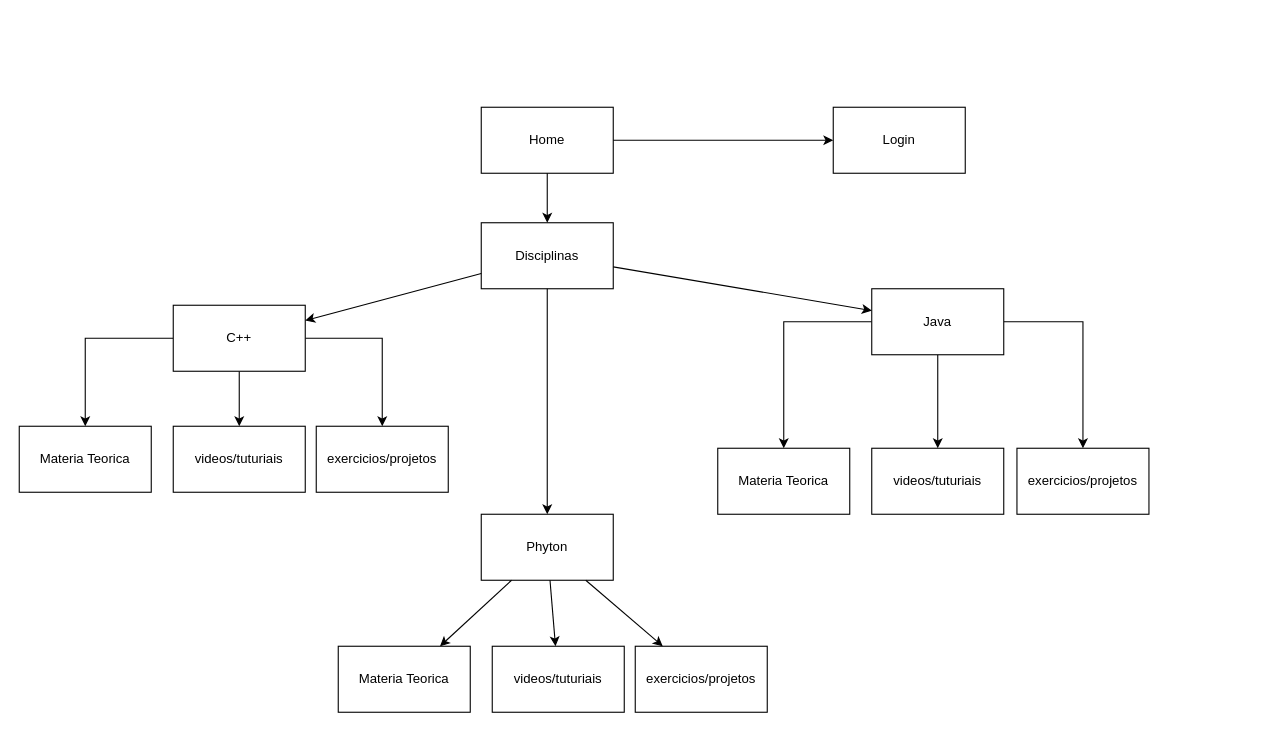
Earlier version of the draw.io diagram projeto.drawio (danymota1P/Diagrama). Source tidied: cells renumbered, new cells numbered last; positions are measured from the earlier drawing's top-left corner, leaving out a move shared by most shapes. Both pictures are drawn from the tidied source at 110%, with x=0, y=0 at pixel (19, 107).
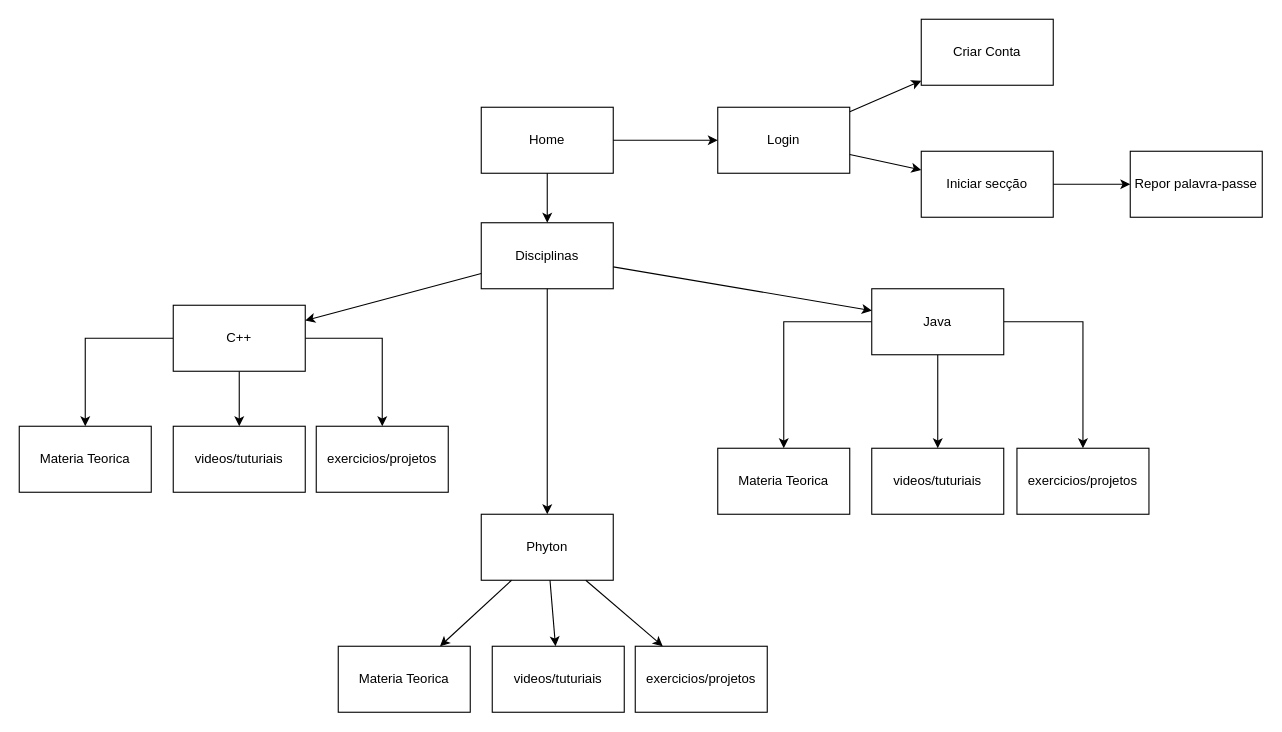
The same page after the edit.

The edit, as a diff of the source:
```diff
@@
     <mxCell id="3" value="Login" style="rounded=0;whiteSpace=wrap;html=1;" parent="1" vertex="1">
-      <mxGeometry x="740" width="120" height="60" as="geometry" />
+      <mxGeometry x="635" width="120" height="60" as="geometry" />
     </mxCell>
@@
+    <mxCell id="31" value="Criar Conta" style="rounded=0;whiteSpace=wrap;html=1;" parent="1" vertex="1">
+      <mxGeometry x="820" y="-80" width="120" height="60" as="geometry" />
+    </mxCell>
+    <mxCell id="32" value="Iniciar secção" style="rounded=0;whiteSpace=wrap;html=1;" parent="1" vertex="1">
+      <mxGeometry x="820" y="40" width="120" height="60" as="geometry" />
+    </mxCell>
+    <mxCell id="33" value="Repor palavra-passe" style="rounded=0;whiteSpace=wrap;html=1;" parent="1" vertex="1">
+      <mxGeometry x="1010" y="40" width="120" height="60" as="geometry" />
+    </mxCell>
+    <mxCell id="34" style="endArrow=classic;html=1;rounded=0;" parent="1" edge="1" source="3" target="31">
+      <mxGeometry relative="1" as="geometry" />
+    </mxCell>
+    <mxCell id="35" style="endArrow=classic;html=1;rounded=0;" parent="1" edge="1" source="3" target="32">
+      <mxGeometry relative="1" as="geometry" />
+    </mxCell>
+    <mxCell id="36" style="endArrow=classic;html=1;rounded=0;" parent="1" edge="1" source="32" target="33">
+      <mxGeometry relative="1" as="geometry" />
+    </mxCell>
```
